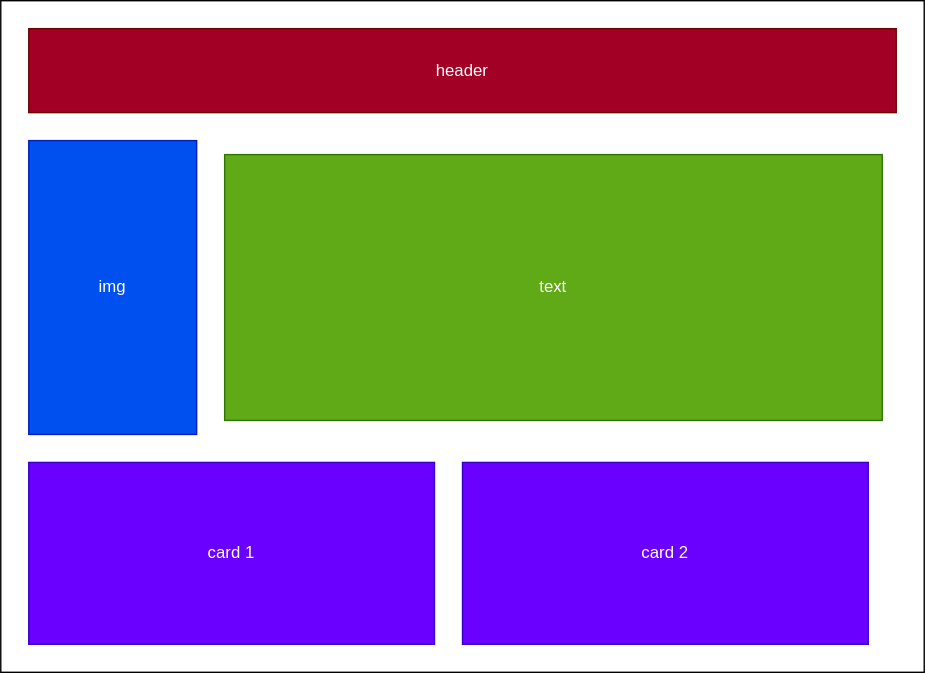
Before: ponder/personal-page/images/wireframe-home.svg, a diagram exported from draw.io (StardustPaladin/wdd131). Source tidied: cells renumbered, new cells last; positions are measured from the earlier drawing's top-left corner, leaving out a move shared by most shapes. Source of this version:
```xml
<mxGraphModel>
  <root>
    <mxCell id="0" />
    <mxCell id="1" parent="0" />
    <mxCell id="2" style="rounded=0;whiteSpace=wrap;html=1;" parent="1" vertex="1">
      <mxGeometry width="660" height="480" as="geometry" />
    </mxCell>
    <mxCell id="3" value="header" style="rounded=0;whiteSpace=wrap;html=1;fillColor=#a20025;fontColor=#ffffff;strokeColor=#6F0000;" parent="1" vertex="1">
      <mxGeometry x="20" y="20" width="620" height="60" as="geometry" />
    </mxCell>
    <mxCell id="4" value="img" style="rounded=0;whiteSpace=wrap;html=1;fillColor=#0050ef;fontColor=#ffffff;strokeColor=#001DBC;" parent="1" vertex="1">
      <mxGeometry x="20" y="100" width="120" height="210" as="geometry" />
    </mxCell>
    <mxCell id="5" value="text" style="text;html=1;whiteSpace=wrap;strokeColor=#2D7600;fillColor=#60a917;align=center;verticalAlign=middle;rounded=0;fontColor=#ffffff;" parent="1" vertex="1">
      <mxGeometry x="160" y="110" width="470" height="190" as="geometry" />
    </mxCell>
    <mxCell id="6" value="card 1" style="rounded=0;whiteSpace=wrap;html=1;fillColor=#6a00ff;fontColor=#ffffff;strokeColor=#3700CC;" parent="1" vertex="1">
      <mxGeometry x="20" y="330" width="290" height="130" as="geometry" />
    </mxCell>
    <mxCell id="7" value="card 2" style="rounded=0;whiteSpace=wrap;html=1;fillColor=#6a00ff;fontColor=#ffffff;strokeColor=#3700CC;" parent="1" vertex="1">
      <mxGeometry x="330" y="330" width="290" height="130" as="geometry" />
    </mxCell>
  </root>
</mxGraphModel>
```
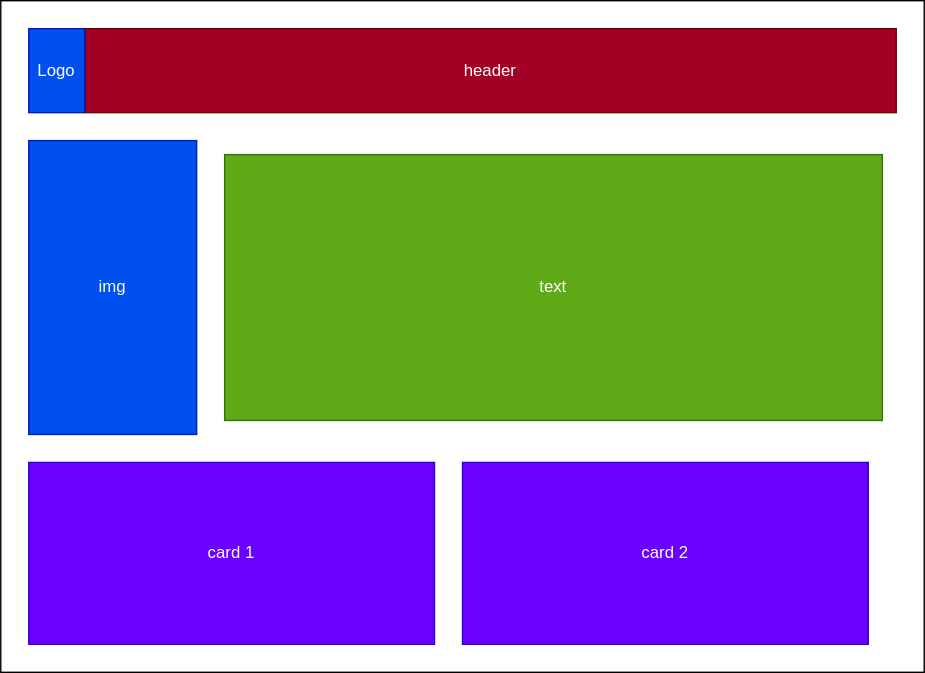
After the commit.

Commit message:
changed both wireframes to add the logo and navigation

What changed in the source:
```diff
@@ -6,7 +6,7 @@
       <mxGeometry width="660" height="480" as="geometry" />
     </mxCell>
     <mxCell id="3" value="header" style="rounded=0;whiteSpace=wrap;html=1;fillColor=#a20025;fontColor=#ffffff;strokeColor=#6F0000;" parent="1" vertex="1">
-      <mxGeometry x="20" y="20" width="620" height="60" as="geometry" />
+      <mxGeometry x="60" y="20" width="580" height="60" as="geometry" />
     </mxCell>
     <mxCell id="4" value="img" style="rounded=0;whiteSpace=wrap;html=1;fillColor=#0050ef;fontColor=#ffffff;strokeColor=#001DBC;" parent="1" vertex="1">
       <mxGeometry x="20" y="100" width="120" height="210" as="geometry" />
@@ -20,5 +20,8 @@
     <mxCell id="7" value="card 2" style="rounded=0;whiteSpace=wrap;html=1;fillColor=#6a00ff;fontColor=#ffffff;strokeColor=#3700CC;" parent="1" vertex="1">
       <mxGeometry x="330" y="330" width="290" height="130" as="geometry" />
     </mxCell>
+    <mxCell id="8" value="Logo" style="rounded=0;whiteSpace=wrap;html=1;fillColor=#0050ef;fontColor=#ffffff;strokeColor=#001DBC;" parent="1" vertex="1">
+      <mxGeometry x="20" y="20" width="40" height="60" as="geometry" />
+    </mxCell>
   </root>
 </mxGraphModel>
```
